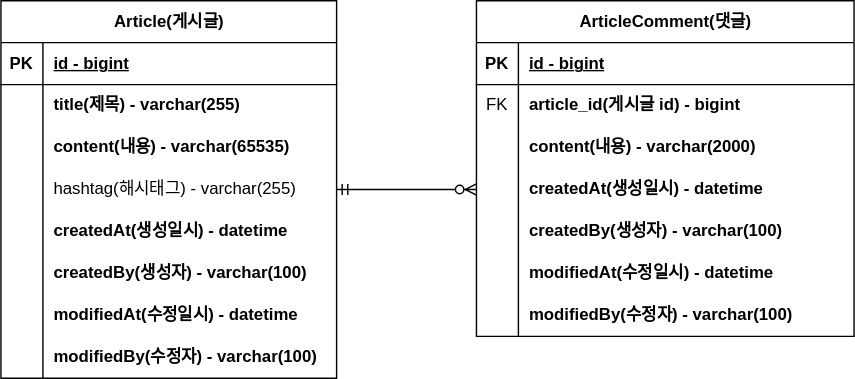
The draw.io diagram project-board-erd.svg in dawonLeeee/fcam-project-board, before a commit. Source tidied: cells renumbered, new cells last; positions are measured from the earlier drawing's top-left corner, leaving out a move shared by most shapes.
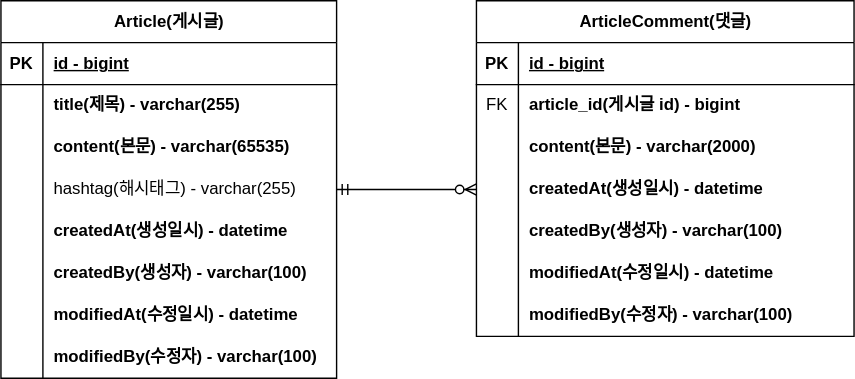
After the commit.

Commit message:
#7 - ERD 주석 업데이트 : project-board-erd

What changed in the source:
```diff
@@ -29,7 +29,7 @@
     <mxCell id="10" style="shape=partialRectangle;fillColor=none;top=0;left=0;bottom=0;right=0;overflow=hidden;whiteSpace=wrap;html=1;" parent="9" vertex="1">
       <mxGeometry width="30" height="30" as="geometry" />
     </mxCell>
-    <mxCell id="11" value="content(내용) - varchar(2000)" style="shape=partialRectangle;fillColor=none;top=0;left=0;bottom=0;right=0;align=left;spacingLeft=6;overflow=hidden;whiteSpace=wrap;html=1;fontStyle=1;" parent="9" vertex="1">
+    <mxCell id="11" value="content(본문) - varchar(2000)" style="shape=partialRectangle;fillColor=none;top=0;left=0;bottom=0;right=0;align=left;spacingLeft=6;overflow=hidden;whiteSpace=wrap;html=1;fontStyle=1;" parent="9" vertex="1">
       <mxGeometry x="30" width="240" height="30" as="geometry" />
     </mxCell>
     <mxCell id="12" style="shape=tableRow;horizontal=0;startSize=0;swimlaneHead=0;swimlaneBody=0;fillColor=none;points=[[0,0.5],[1,0.5]];portConstraint=eastwest;top=0;left=0;right=0;bottom=0;" parent="2" vertex="1">
@@ -98,7 +98,7 @@
     <mxCell id="33" style="shape=partialRectangle;fillColor=none;top=0;left=0;bottom=0;right=0;overflow=hidden;whiteSpace=wrap;html=1;" parent="32" vertex="1">
       <mxGeometry width="30" height="30" as="geometry" />
     </mxCell>
-    <mxCell id="34" value="content(내용) - varchar(65535)" style="shape=partialRectangle;fillColor=none;top=0;left=0;bottom=0;right=0;align=left;spacingLeft=6;overflow=hidden;whiteSpace=wrap;html=1;fontStyle=1;" parent="32" vertex="1">
+    <mxCell id="34" value="content(본문) - varchar(65535)" style="shape=partialRectangle;fillColor=none;top=0;left=0;bottom=0;right=0;align=left;spacingLeft=6;overflow=hidden;whiteSpace=wrap;html=1;fontStyle=1;" parent="32" vertex="1">
       <mxGeometry x="30" width="210" height="30" as="geometry" />
     </mxCell>
     <mxCell id="35" style="shape=tableRow;horizontal=0;startSize=0;swimlaneHead=0;swimlaneBody=0;fillColor=none;points=[[0,0.5],[1,0.5]];portConstraint=eastwest;top=0;left=0;right=0;bottom=0;" parent="25" vertex="1">
```
